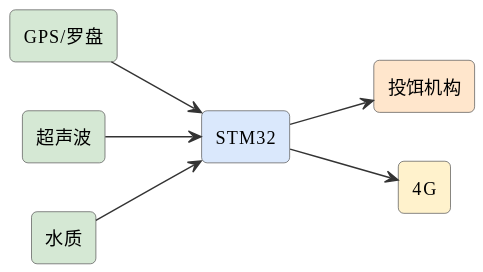
Above: assets/diagrams/ideas-fig28.svg in mingyi0818/IntelligentMcuCourse (PlantUML), before the change.
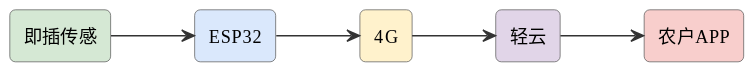
After the change.

What changed in the source:
```diff
@@ -6,15 +6,13 @@
 skinparam arrowFontSize 11
 skinparam arrowColor #333
 left to right direction
-rectangle "GPS/罗盘" as gps #d5e8d4
-rectangle "STM32" as stm #dae8fc
-rectangle "超声波" as ult #d5e8d4
-rectangle "投饵机构" as feed #ffe6cc
-rectangle "水质" as w #d5e8d4
+rectangle "即插传感" as mod #d5e8d4
+rectangle "ESP32" as esp #dae8fc
 rectangle "4G" as g #fff2cc
-gps --> stm
-ult --> stm
-stm --> feed
-w --> stm
-stm --> g
+rectangle "轻云" as cloud #e1d5e8
+rectangle "农户APP" as app #f8cecc
+mod --> esp
+esp --> g
+g --> cloud
+cloud --> app
 @enduml
```
